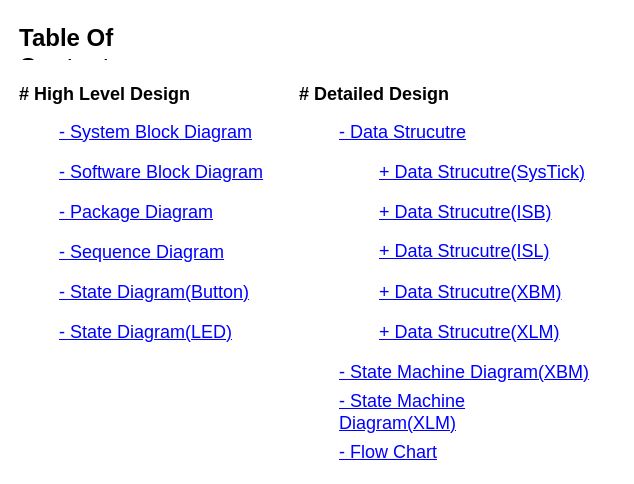
gtuja/CSC_MS keeps this draw.io diagram as page "TOC" (1 of 16) of Resources/Part2/Part2_ALM_Diagram.drawio. Above is the earlier version. Source tidied: cells renumbered, new cells numbered last; positions are measured from the earlier drawing's top-left corner, leaving out a move shared by most shapes. Both pictures are drawn from the tidied source at 100%, with x=0, y=0 at pixel (17, 17).
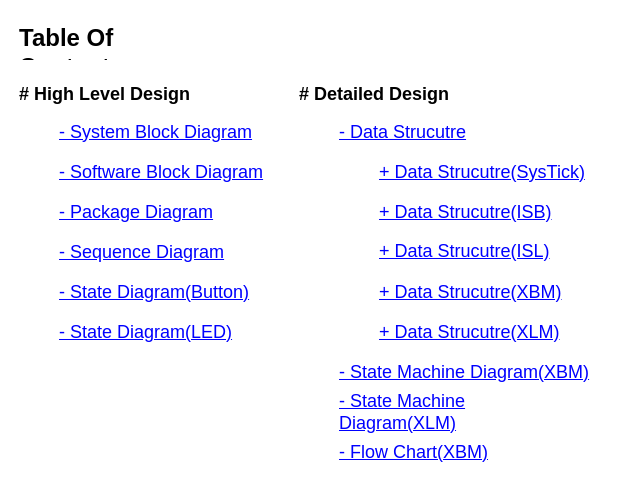
The same page after the edit.

What changed in the source:
```diff
@@
 <mxGraphModel>
   <root>
     <mxCell id="0" />
     <mxCell id="1" parent="0" />
     <mxCell id="2" value="&lt;h1 style=&quot;margin-top: 0px;&quot;&gt;Table Of Contents&lt;/h1&gt;" style="text;html=1;whiteSpace=wrap;overflow=hidden;rounded=0;fontFamily=Calibri;" parent="1" vertex="1">
       <mxGeometry width="200" height="40" as="geometry" />
     </mxCell>
     <mxCell id="3" value="- System Block Diagram" style="text;html=1;align=left;verticalAlign=middle;whiteSpace=wrap;rounded=0;fontStyle=4;fontFamily=Calibri;fontSize=18;fontColor=#0000FF;" parent="1" vertex="1">
       <mxGeometry x="40" y="100" width="240" height="30" as="geometry" />
     </mxCell>
     <mxCell id="4" value="- Software Block Diagram" style="text;html=1;align=left;verticalAlign=middle;whiteSpace=wrap;rounded=0;fontStyle=4;fontFamily=Calibri;fontSize=18;fontColor=#0000FF;" parent="1" vertex="1">
       <mxGeometry x="40" y="140" width="240" height="30" as="geometry" />
     </mxCell>
     <mxCell id="5" value="- Package Diagram" style="text;html=1;align=left;verticalAlign=middle;whiteSpace=wrap;rounded=0;fontStyle=4;fontFamily=Calibri;fontSize=18;fontColor=#0000FF;" parent="1" vertex="1">
       <mxGeometry x="40" y="180" width="240" height="30" as="geometry" />
     </mxCell>
     <mxCell id="6" value="- Sequence Diagram" style="text;html=1;align=left;verticalAlign=middle;whiteSpace=wrap;rounded=0;fontStyle=4;fontFamily=Calibri;fontSize=18;fontColor=#0000FF;" parent="1" vertex="1">
       <mxGeometry x="40" y="220" width="240" height="30" as="geometry" />
     </mxCell>
     <mxCell id="7" value="- Data Strucutre" style="text;html=1;align=left;verticalAlign=middle;whiteSpace=wrap;rounded=0;fontStyle=4;fontFamily=Calibri;fontSize=18;fontColor=#0000FF;" parent="1" vertex="1">
       <mxGeometry x="320" y="100" width="240" height="30" as="geometry" />
     </mxCell>
     <mxCell id="8" value="+ Data Strucutre(SysTick)" style="text;html=1;align=left;verticalAlign=middle;whiteSpace=wrap;rounded=0;fontStyle=4;fontFamily=Calibri;fontSize=18;fontColor=#0000FF;" parent="1" vertex="1">
       <mxGeometry x="360" y="140" width="240" height="30" as="geometry" />
     </mxCell>
     <mxCell id="9" value="+ Data Strucutre(ISB)" style="text;html=1;align=left;verticalAlign=middle;whiteSpace=wrap;rounded=0;fontStyle=4;fontFamily=Calibri;fontSize=18;fontColor=#0000FF;" parent="1" vertex="1">
       <mxGeometry x="360" y="180" width="240" height="30" as="geometry" />
     </mxCell>
     <mxCell id="10" value="+ Data Strucutre(ISL)" style="text;html=1;align=left;verticalAlign=middle;whiteSpace=wrap;rounded=0;fontStyle=4;fontFamily=Calibri;fontSize=18;fontColor=#0000FF;" parent="1" vertex="1">
       <mxGeometry x="360" y="218.5" width="240" height="30" as="geometry" />
     </mxCell>
     <mxCell id="11" value="+ Data Strucutre(XBM)" style="text;html=1;align=left;verticalAlign=middle;whiteSpace=wrap;rounded=0;fontStyle=4;fontFamily=Calibri;fontSize=18;fontColor=#0000FF;" parent="1" vertex="1">
       <mxGeometry x="360" y="260" width="240" height="30" as="geometry" />
     </mxCell>
     <mxCell id="12" value="+ Data Strucutre(XLM)" style="text;html=1;align=left;verticalAlign=middle;whiteSpace=wrap;rounded=0;fontStyle=4;fontFamily=Calibri;fontSize=18;fontColor=#0000FF;" parent="1" vertex="1">
       <mxGeometry x="360" y="300" width="240" height="30" as="geometry" />
     </mxCell>
     <mxCell id="13" value="- State Diagram(Button)" style="text;html=1;align=left;verticalAlign=middle;whiteSpace=wrap;rounded=0;fontStyle=4;fontFamily=Calibri;fontSize=18;fontColor=#0000FF;" parent="1" vertex="1">
       <mxGeometry x="40" y="260" width="240" height="30" as="geometry" />
     </mxCell>
     <mxCell id="14" value="- State Diagram(LED)" style="text;html=1;align=left;verticalAlign=middle;whiteSpace=wrap;rounded=0;fontStyle=4;fontFamily=Calibri;fontSize=18;fontColor=#0000FF;" parent="1" vertex="1">
       <mxGeometry x="40" y="300" width="240" height="30" as="geometry" />
     </mxCell>
-    <mxCell id="15" value="- Flow Chart" style="text;html=1;align=left;verticalAlign=middle;whiteSpace=wrap;rounded=0;fontStyle=4;fontFamily=Calibri;fontSize=18;fontColor=#0000FF;" parent="1" vertex="1">
+    <mxCell id="15" value="- Flow Chart(XBM)" style="text;html=1;align=left;verticalAlign=middle;whiteSpace=wrap;rounded=0;fontStyle=4;fontFamily=Calibri;fontSize=18;fontColor=#0000FF;" parent="1" vertex="1">
       <mxGeometry x="320" y="420" width="240" height="30" as="geometry" />
     </mxCell>
     <mxCell id="16" value="&lt;h1 style=&quot;margin-top: 0px; font-size: 18px;&quot;&gt;# High Level Design&lt;/h1&gt;" style="text;html=1;whiteSpace=wrap;overflow=hidden;rounded=0;fontFamily=Calibri;fontSize=18;verticalAlign=top;" parent="1" vertex="1">
       <mxGeometry y="60" width="240" height="40" as="geometry" />
     </mxCell>
     <mxCell id="17" value="&lt;h1 style=&quot;margin-top: 0px; font-size: 18px;&quot;&gt;# Detailed Design&lt;/h1&gt;" style="text;html=1;whiteSpace=wrap;overflow=hidden;rounded=0;fontFamily=Calibri;fontSize=18;verticalAlign=top;" parent="1" vertex="1">
       <mxGeometry x="280" y="60" width="240" height="40" as="geometry" />
     </mxCell>
     <mxCell id="18" value="- State Machine Diagram(XBM)" style="text;html=1;align=left;verticalAlign=middle;whiteSpace=wrap;rounded=0;fontStyle=4;fontFamily=Calibri;fontSize=18;fontColor=#0000FF;" parent="1" vertex="1">
       <mxGeometry x="320" y="340" width="280" height="30" as="geometry" />
     </mxCell>
     <mxCell id="19" value="- State Machine Diagram(XLM)" style="text;html=1;align=left;verticalAlign=middle;whiteSpace=wrap;rounded=0;fontStyle=4;fontFamily=Calibri;fontSize=18;fontColor=#0000FF;" parent="1" vertex="1">
       <mxGeometry x="320" y="380" width="240" height="30" as="geometry" />
     </mxCell>
   </root>
 </mxGraphModel>
```
